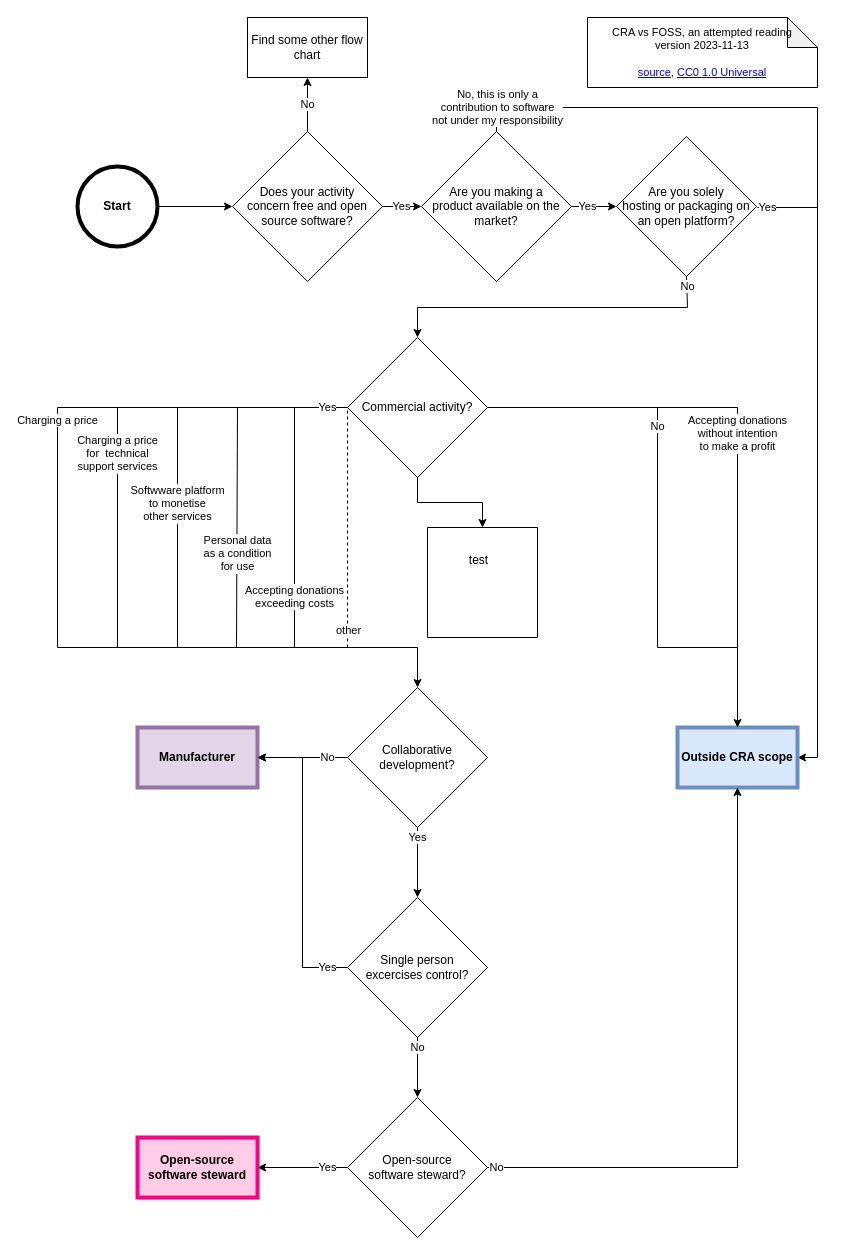
kappapiana/cra-foss-diagram keeps this draw.io diagram as FOSS flowchart.drawio. Above is the earlier version. Source tidied: cells renumbered, new cells numbered last; positions are measured from the earlier drawing's top-left corner, leaving out a move shared by most shapes. Both pictures are drawn from the tidied source at 100%, with x=0, y=0 at pixel (57, 17).
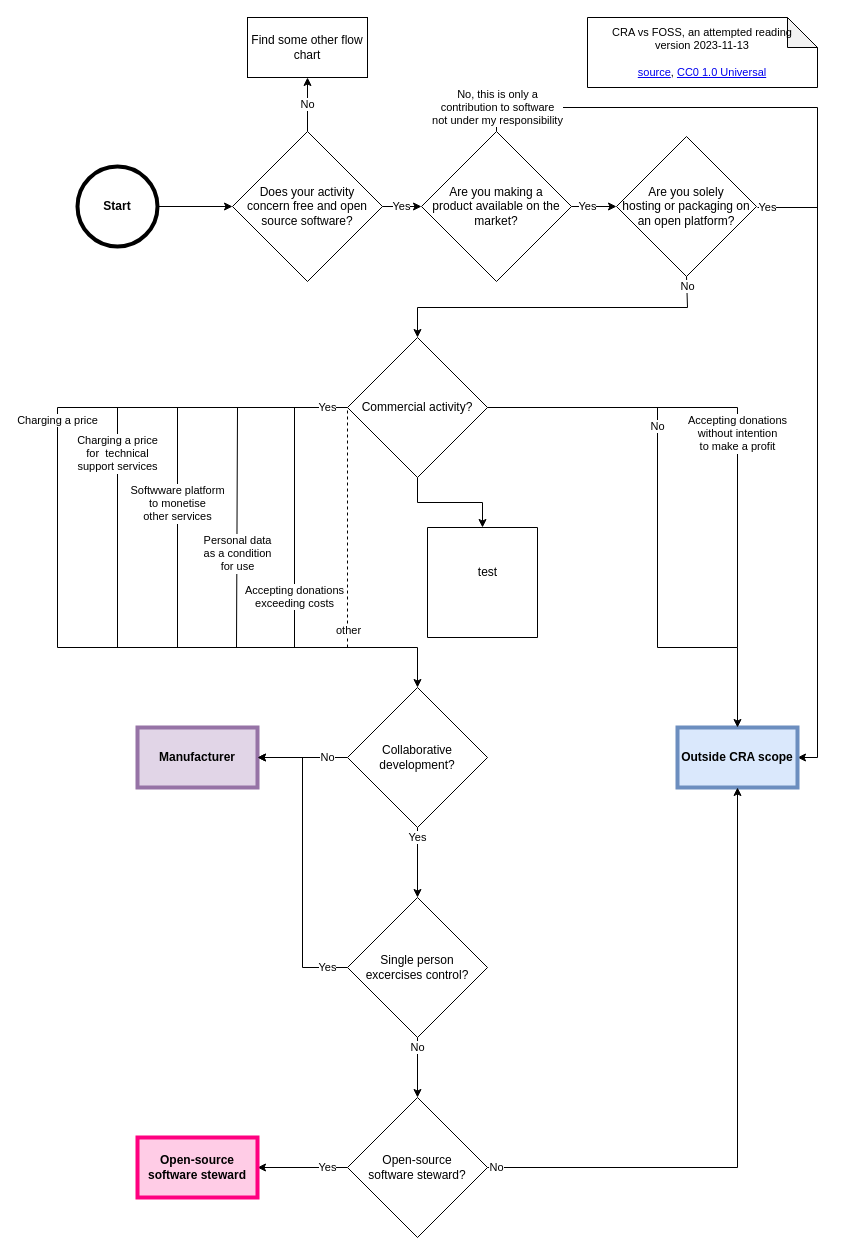
Above is the later version.

Commit message:
Test: do not use

Unchanged cells that the change refers to:
```xml
<mxCell id="42" style="swimlane;startSize=0;" parent="1" vertex="1">
  <mxGeometry x="370" y="510" width="110" height="110" as="geometry" />
</mxCell>
```

What changed in the source:
```diff
@@
-    <mxCell id="43" value="test" style="text;html=1;align=center;verticalAlign=middle;strokeColor=none;fillColor=none;" parent="1" vertex="1">
-      <mxGeometry x="401" y="528" width="40" height="30" as="geometry" />
+    <mxCell id="43" value="test" style="text;html=1;align=center;verticalAlign=middle;strokeColor=none;fillColor=none;" parent="42" vertex="1">
+      <mxGeometry x="40" y="30" width="40" height="30" as="geometry" />
     </mxCell>
```
